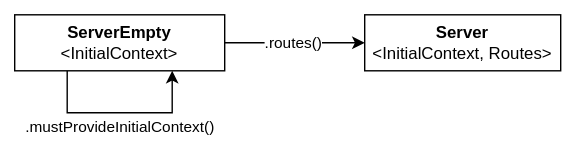
This is docs/server-builder.drawio.svg from petrhdk/rpc, a draw.io export, as it was before one commit. Source tidied: cells renumbered, new cells last; positions are measured from the earlier drawing's top-left corner, leaving out a move shared by most shapes.
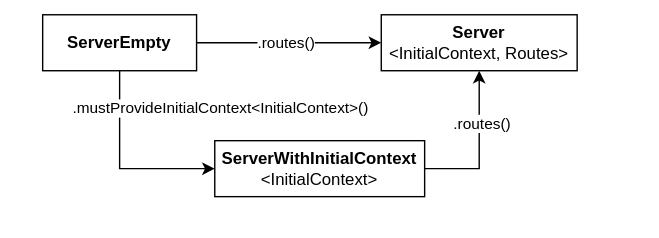
Later version of the same file.

Commit message:
change: `server`: rewrite server with distinct stages

What changed in the source:
```diff
@@ -3,23 +3,17 @@
     <mxCell id="0" />
     <mxCell id="1" parent="0" />
     <mxCell id="2" style="whiteSpace=wrap;html=1;strokeColor=none;" parent="1" vertex="1">
-      <mxGeometry width="410" height="102" as="geometry" />
+      <mxGeometry width="470" height="170" as="geometry" />
     </mxCell>
     <mxCell id="3" value="&lt;b&gt;Server&lt;/b&gt;&lt;br&gt;&amp;lt;InitialContext, Routes&amp;gt;" style="html=1;whiteSpace=wrap;" parent="1" vertex="1">
-      <mxGeometry x="260" y="10" width="140" height="40" as="geometry" />
+      <mxGeometry x="272" y="10" width="140" height="40" as="geometry" />
     </mxCell>
-    <mxCell id="4" style="edgeStyle=orthogonalEdgeStyle;rounded=0;orthogonalLoop=1;jettySize=auto;html=1;exitX=0.25;exitY=1;exitDx=0;exitDy=0;entryX=0.75;entryY=1;entryDx=0;entryDy=0;" parent="1" edge="1" source="8" target="8">
-      <mxGeometry relative="1" as="geometry">
-        <Array as="points">
-          <mxPoint x="48" y="80" />
-          <mxPoint x="123" y="80" />
-          <mxPoint x="123" y="50" />
-        </Array>
-      </mxGeometry>
+    <mxCell id="4" style="edgeStyle=orthogonalEdgeStyle;rounded=0;jettySize=auto;html=1;exitX=0.5;exitY=1;exitDx=0;exitDy=0;entryX=0;entryY=0.5;entryDx=0;entryDy=0;" parent="1" edge="1" source="8" target="11">
+      <mxGeometry x="-0.27" relative="1" as="geometry" />
     </mxCell>
-    <mxCell id="5" value=".mustProvideInitialContext()" style="edgeLabel;html=1;align=center;verticalAlign=middle;" parent="4" vertex="1">
-      <mxGeometry x="-0.06" y="-2" relative="1" as="geometry">
-        <mxPoint x="3" y="7" as="offset" />
+    <mxCell id="5" value=".mustProvideInitialContext&amp;lt;InitialContext&amp;gt;()" style="edgeLabel;html=1;align=center;verticalAlign=middle;" parent="4" vertex="1">
+      <mxGeometry x="-0.34" y="-2" relative="1" as="geometry">
+        <mxPoint x="73" y="-20" as="offset" />
       </mxGeometry>
     </mxCell>
     <mxCell id="6" style="edgeStyle=orthogonalEdgeStyle;rounded=0;jettySize=auto;html=1;exitX=1;exitY=0.5;exitDx=0;exitDy=0;entryX=0;entryY=0.5;entryDx=0;entryDy=0;" parent="1" edge="1" source="8" target="3">
@@ -30,8 +24,17 @@
         <mxPoint x="3" y="-2" as="offset" />
       </mxGeometry>
     </mxCell>
-    <mxCell id="8" value="&lt;b&gt;ServerEmpty&lt;/b&gt;&lt;br&gt;&amp;lt;InitialContext&amp;gt;" style="html=1;whiteSpace=wrap;" parent="1" vertex="1">
-      <mxGeometry x="10" y="10" width="150" height="40" as="geometry" />
+    <mxCell id="8" value="&lt;b&gt;ServerEmpty&lt;/b&gt;" style="html=1;whiteSpace=wrap;" parent="1" vertex="1">
+      <mxGeometry x="30" y="10" width="110" height="40" as="geometry" />
     </mxCell>
+    <mxCell id="9" style="edgeStyle=orthogonalEdgeStyle;rounded=0;jettySize=auto;html=1;exitX=1;exitY=0.5;exitDx=0;exitDy=0;entryX=0.5;entryY=1;entryDx=0;entryDy=0;" parent="1" edge="1" source="11" target="3">
+      <mxGeometry relative="1" as="geometry" />
+    </mxCell>
+    <mxCell id="10" value=".routes()" style="edgeLabel;html=1;align=center;verticalAlign=middle;" parent="9" vertex="1">
+      <mxGeometry x="0.32" y="-1" relative="1" as="geometry" />
+    </mxCell>
+    <mxCell id="11" value="&lt;b&gt;ServerWithInitialContext&lt;/b&gt;&lt;br&gt;&amp;lt;InitialContext&amp;gt;" style="html=1;whiteSpace=wrap;" parent="1" vertex="1">
+      <mxGeometry x="153" y="100" width="150" height="40" as="geometry" />
+    </mxCell>
   </root>
 </mxGraphModel>
```
